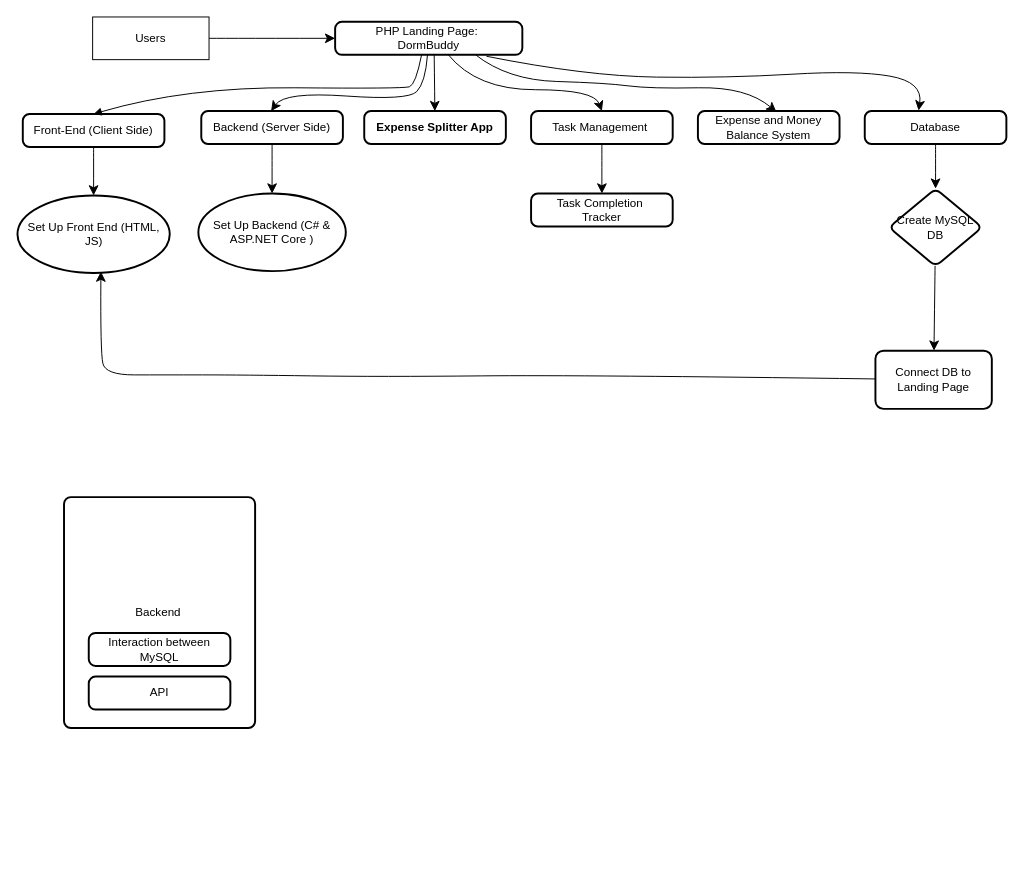
Earlier version of the draw.io diagram Untitled Diagram.drawio (pamelamauna96/DormBuddy). Source tidied: cells renumbered, new cells numbered last; positions are measured from the earlier drawing's top-left corner, leaving out a move shared by most shapes. Both pictures are drawn from the tidied source at 97%, with x=0, y=0 at pixel (16, 16).
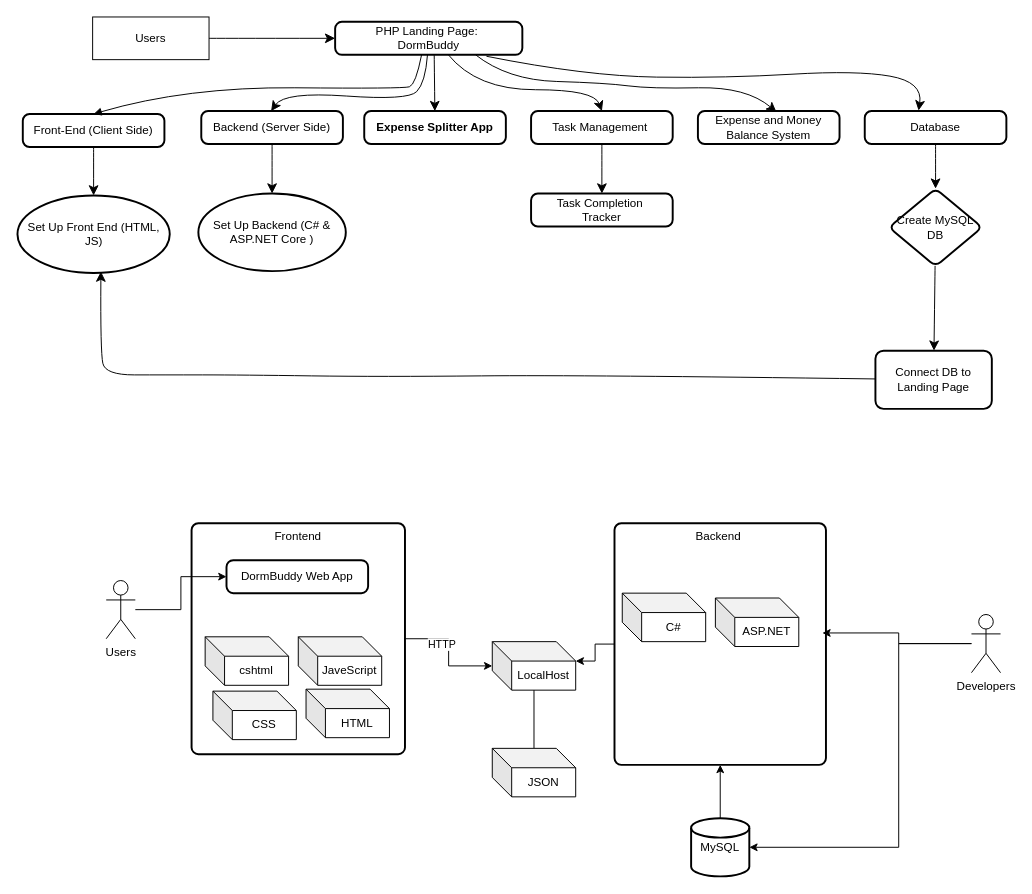
After the change.

Commit message:
DormBuddy Layout

The change refers to these unchanged cells:
```xml
<mxCell id="6" value="PHP Landing Page: &#10;DormBuddy" style="rounded=1;absoluteArcSize=1;arcSize=14;whiteSpace=wrap;strokeWidth=2;" parent="1" vertex="1">
  <mxGeometry x="328" y="5" width="193" height="34" as="geometry" />
</mxCell>
<mxCell id="24" value="Database" style="rounded=1;absoluteArcSize=1;arcSize=14;whiteSpace=wrap;strokeWidth=2;" parent="1" vertex="1">
  <mxGeometry x="874" y="97" width="146" height="34" as="geometry" />
</mxCell>
```

Change to the diagram source:
```diff
@@
-    <mxCell id="2" style="edgeStyle=none;curved=1;rounded=0;jettySize=auto;html=1;entryX=0.5;entryY=0;entryDx=0;entryDy=0;fontSize=12;startSize=8;endSize=8;" parent="1" edge="1" source="6">
-      <mxGeometry relative="1" as="geometry">
-        <mxPoint x="262" y="97" as="targetPoint" />
-        <Array as="points">
-          <mxPoint x="421" y="68" />
-          <mxPoint x="403" y="86" />
-          <mxPoint x="276" y="77" />
-        </Array>
-      </mxGeometry>
-    </mxCell>
+    <mxCell id="32" style="edgeStyle=none;curved=1;rounded=0;jettySize=auto;html=1;entryX=0.5;entryY=0;entryDx=0;entryDy=0;fontSize=12;startSize=8;endSize=8;" parent="1" edge="1" source="6">
+      <mxGeometry relative="1" as="geometry">
+        <mxPoint x="262" y="97" as="targetPoint" />
+        <Array as="points">
+          <mxPoint x="421" y="68" />
+          <mxPoint x="403" y="86" />
+          <mxPoint x="276" y="77" />
+        </Array>
+      </mxGeometry>
+    </mxCell>
@@
-    <mxCell id="5" style="edgeStyle=none;curved=1;rounded=0;jettySize=auto;html=1;entryX=0.38;entryY=-0.015;entryDx=0;entryDy=0;fontSize=12;startSize=8;endSize=8;exitX=0.858;exitY=0.956;exitDx=0;exitDy=0;exitPerimeter=0;entryPerimeter=0;" parent="1" edge="1" target="24">
-      <mxGeometry relative="1" as="geometry">
-        <mxPoint x="484" y="40.5" as="sourcePoint" />
-        <Array as="points">
-          <mxPoint x="587" y="61" />
-          <mxPoint x="732" y="63" />
-          <mxPoint x="866" y="55" />
-          <mxPoint x="934" y="67" />
-        </Array>
-      </mxGeometry>
-    </mxCell>
+    <mxCell id="33" style="edgeStyle=none;curved=1;rounded=0;jettySize=auto;html=1;entryX=0.38;entryY=-0.015;entryDx=0;entryDy=0;fontSize=12;startSize=8;endSize=8;exitX=0.858;exitY=0.956;exitDx=0;exitDy=0;exitPerimeter=0;entryPerimeter=0;" parent="1" edge="1" target="24">
+      <mxGeometry relative="1" as="geometry">
+        <mxPoint x="484" y="40.5" as="sourcePoint" />
+        <Array as="points">
+          <mxPoint x="587" y="61" />
+          <mxPoint x="732" y="63" />
+          <mxPoint x="866" y="55" />
+          <mxPoint x="934" y="67" />
+        </Array>
+      </mxGeometry>
+    </mxCell>
@@
-    <mxCell id="22" style="edgeStyle=none;curved=1;rounded=0;jettySize=auto;html=1;fontSize=12;startSize=8;endSize=8;exitX=0.75;exitY=1;exitDx=0;exitDy=0;" parent="1" edge="1" source="6">
-      <mxGeometry relative="1" as="geometry">
-        <mxPoint x="783" y="98" as="targetPoint" />
-        <Array as="points">
-          <mxPoint x="506" y="65" />
-          <mxPoint x="607" y="68" />
-          <mxPoint x="653" y="74" />
-          <mxPoint x="752" y="72" />
-        </Array>
-      </mxGeometry>
-    </mxCell>
+    <mxCell id="34" style="edgeStyle=none;curved=1;rounded=0;jettySize=auto;html=1;fontSize=12;startSize=8;endSize=8;exitX=0.75;exitY=1;exitDx=0;exitDy=0;" parent="1" edge="1" source="6">
+      <mxGeometry relative="1" as="geometry">
+        <mxPoint x="783" y="98" as="targetPoint" />
+        <Array as="points">
+          <mxPoint x="506" y="65" />
+          <mxPoint x="607" y="68" />
+          <mxPoint x="653" y="74" />
+          <mxPoint x="752" y="72" />
+        </Array>
+      </mxGeometry>
+    </mxCell>
@@
-    <mxCell id="29" value="Backend " style="rounded=1;absoluteArcSize=1;arcSize=14;whiteSpace=wrap;strokeWidth=2;" parent="1" vertex="1">
-      <mxGeometry x="48.5" y="495" width="197" height="238" as="geometry" />
+    <mxCell id="29" value="Backend " style="rounded=1;absoluteArcSize=1;arcSize=14;whiteSpace=wrap;strokeWidth=2;verticalAlign=top;" parent="1" vertex="1">
+      <mxGeometry x="616" y="522" width="218" height="249" as="geometry" />
     </mxCell>
-    <mxCell id="30" value="Interaction between MySQL" style="rounded=1;absoluteArcSize=1;arcSize=14;whiteSpace=wrap;strokeWidth=2;" parent="1" vertex="1">
-      <mxGeometry x="74" y="635" width="146" height="34" as="geometry" />
-    </mxCell>
-    <mxCell id="31" value="API" style="rounded=1;absoluteArcSize=1;arcSize=14;whiteSpace=wrap;strokeWidth=2;" parent="1" vertex="1">
-      <mxGeometry x="74" y="680" width="146" height="34" as="geometry" />
-    </mxCell>
+    <mxCell id="35" style="edgeStyle=orthogonalEdgeStyle;rounded=0;jettySize=auto;html=1;exitX=1;exitY=0.5;exitDx=0;exitDy=0;" parent="1" edge="1" source="37" target="46">
+      <mxGeometry relative="1" as="geometry" />
+    </mxCell>
+    <mxCell id="36" value="HTTP" style="edgeLabel;html=1;align=center;verticalAlign=middle;" parent="35" vertex="1">
+      <mxGeometry x="-0.36" y="-5" relative="1" as="geometry">
+        <mxPoint x="-1" as="offset" />
+      </mxGeometry>
+    </mxCell>
+    <mxCell id="37" value="Frontend" style="rounded=1;absoluteArcSize=1;arcSize=14;whiteSpace=wrap;strokeWidth=2;align=center;verticalAlign=top;" parent="1" vertex="1">
+      <mxGeometry x="180" y="522" width="220" height="238" as="geometry" />
+    </mxCell>
+    <mxCell id="38" value="DormBuddy Web App" style="rounded=1;absoluteArcSize=1;arcSize=14;whiteSpace=wrap;strokeWidth=2;" parent="1" vertex="1">
+      <mxGeometry x="216" y="560" width="146" height="34" as="geometry" />
+    </mxCell>
+    <mxCell id="39" value="cshtml" style="shape=cube;whiteSpace=wrap;html=1;boundedLbl=1;backgroundOutline=1;darkOpacity=0.05;darkOpacity2=0.1;" parent="1" vertex="1">
+      <mxGeometry x="194" y="639" width="86" height="50" as="geometry" />
+    </mxCell>
+    <mxCell id="40" value="JaveScript" style="shape=cube;whiteSpace=wrap;html=1;boundedLbl=1;backgroundOutline=1;darkOpacity=0.05;darkOpacity2=0.1;" parent="1" vertex="1">
+      <mxGeometry x="290" y="639" width="86" height="50" as="geometry" />
+    </mxCell>
+    <mxCell id="41" style="edgeStyle=orthogonalEdgeStyle;rounded=0;jettySize=auto;html=1;entryX=0.5;entryY=1;entryDx=0;entryDy=0;" parent="1" edge="1" source="42" target="29">
+      <mxGeometry relative="1" as="geometry" />
+    </mxCell>
+    <mxCell id="42" value="MySQL" style="strokeWidth=2;html=1;shape=mxgraph.flowchart.database;whiteSpace=wrap;" parent="1" vertex="1">
+      <mxGeometry x="695" y="826" width="60" height="60" as="geometry" />
+    </mxCell>
+    <mxCell id="43" value="CSS" style="shape=cube;whiteSpace=wrap;html=1;boundedLbl=1;backgroundOutline=1;darkOpacity=0.05;darkOpacity2=0.1;" parent="1" vertex="1">
+      <mxGeometry x="202" y="695" width="86" height="50" as="geometry" />
+    </mxCell>
+    <mxCell id="44" value="HTML" style="shape=cube;whiteSpace=wrap;html=1;boundedLbl=1;backgroundOutline=1;darkOpacity=0.05;darkOpacity2=0.1;" parent="1" vertex="1">
+      <mxGeometry x="298" y="693" width="86" height="50" as="geometry" />
+    </mxCell>
+    <mxCell id="45" value="C#" style="shape=cube;whiteSpace=wrap;html=1;boundedLbl=1;backgroundOutline=1;darkOpacity=0.05;darkOpacity2=0.1;" parent="1" vertex="1">
+      <mxGeometry x="624" y="594" width="86" height="50" as="geometry" />
+    </mxCell>
+    <mxCell id="46" value="LocalHost" style="shape=cube;whiteSpace=wrap;html=1;boundedLbl=1;backgroundOutline=1;darkOpacity=0.05;darkOpacity2=0.1;" parent="1" vertex="1">
+      <mxGeometry x="490" y="644" width="86" height="50" as="geometry" />
+    </mxCell>
+    <mxCell id="47" style="edgeStyle=orthogonalEdgeStyle;rounded=0;jettySize=auto;html=1;entryX=0;entryY=0;entryDx=85.99999999999999;entryDy=20;entryPerimeter=0;exitX=0;exitY=0.5;exitDx=0;exitDy=0;" parent="1" edge="1" source="29" target="46">
+      <mxGeometry relative="1" as="geometry" />
+    </mxCell>
+    <mxCell id="48" value="ASP.NET" style="shape=cube;whiteSpace=wrap;html=1;boundedLbl=1;backgroundOutline=1;darkOpacity=0.05;darkOpacity2=0.1;" parent="1" vertex="1">
+      <mxGeometry x="720" y="599" width="86" height="50" as="geometry" />
+    </mxCell>
+    <mxCell id="49" style="edgeStyle=orthogonalEdgeStyle;rounded=0;jettySize=auto;html=1;entryX=0;entryY=0.5;entryDx=0;entryDy=0;" parent="1" edge="1" source="50" target="38">
+      <mxGeometry relative="1" as="geometry" />
+    </mxCell>
+    <mxCell id="50" value="Users" style="shape=umlActor;verticalLabelPosition=bottom;verticalAlign=top;html=1;outlineConnect=0;" parent="1" vertex="1">
+      <mxGeometry x="92" y="581" width="30" height="60" as="geometry" />
+    </mxCell>
+    <mxCell id="51" value="Developers" style="shape=umlActor;verticalLabelPosition=bottom;verticalAlign=top;html=1;outlineConnect=0;" parent="1" vertex="1">
+      <mxGeometry x="984" y="616" width="30" height="60" as="geometry" />
+    </mxCell>
+    <mxCell id="52" style="edgeStyle=orthogonalEdgeStyle;rounded=0;jettySize=auto;html=1;entryX=0.983;entryY=0.454;entryDx=0;entryDy=0;entryPerimeter=0;" parent="1" edge="1" source="51" target="29">
+      <mxGeometry relative="1" as="geometry" />
+    </mxCell>
+    <mxCell id="53" style="edgeStyle=orthogonalEdgeStyle;rounded=0;jettySize=auto;html=1;entryX=1;entryY=0.5;entryDx=0;entryDy=0;entryPerimeter=0;" parent="1" edge="1" source="51" target="42">
+      <mxGeometry relative="1" as="geometry">
+        <Array as="points">
+          <mxPoint x="909" y="646" />
+          <mxPoint x="909" y="856" />
+        </Array>
+      </mxGeometry>
+    </mxCell>
+    <mxCell id="54" style="edgeStyle=orthogonalEdgeStyle;rounded=0;jettySize=auto;html=1;startArrow=none;startFill=0;endArrow=none;endFill=0;" parent="1" edge="1" source="55" target="46">
+      <mxGeometry relative="1" as="geometry" />
+    </mxCell>
+    <mxCell id="55" value="JSON" style="shape=cube;whiteSpace=wrap;html=1;boundedLbl=1;backgroundOutline=1;darkOpacity=0.05;darkOpacity2=0.1;" parent="1" vertex="1">
+      <mxGeometry x="490" y="754" width="86" height="50" as="geometry" />
+    </mxCell>
```
